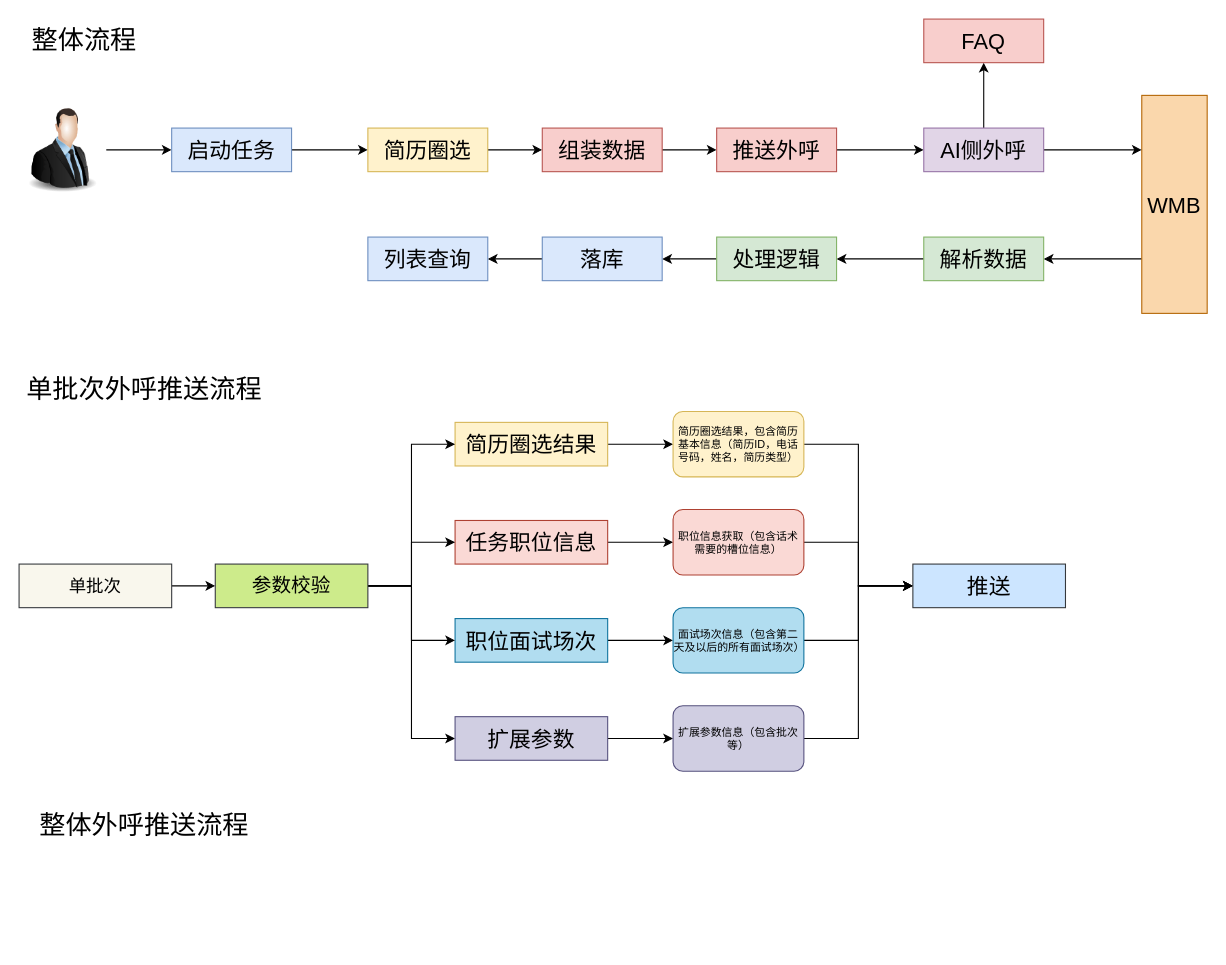
Earlier version of the draw.io diagram AI智能外呼.drawio (LuOyEbY/draw-b). Source tidied: cells renumbered, new cells numbered last; positions are measured from the earlier drawing's top-left corner, leaving out a move shared by most shapes. Both pictures are drawn from the tidied source at 109%, with x=0, y=0 at pixel (19, 19).
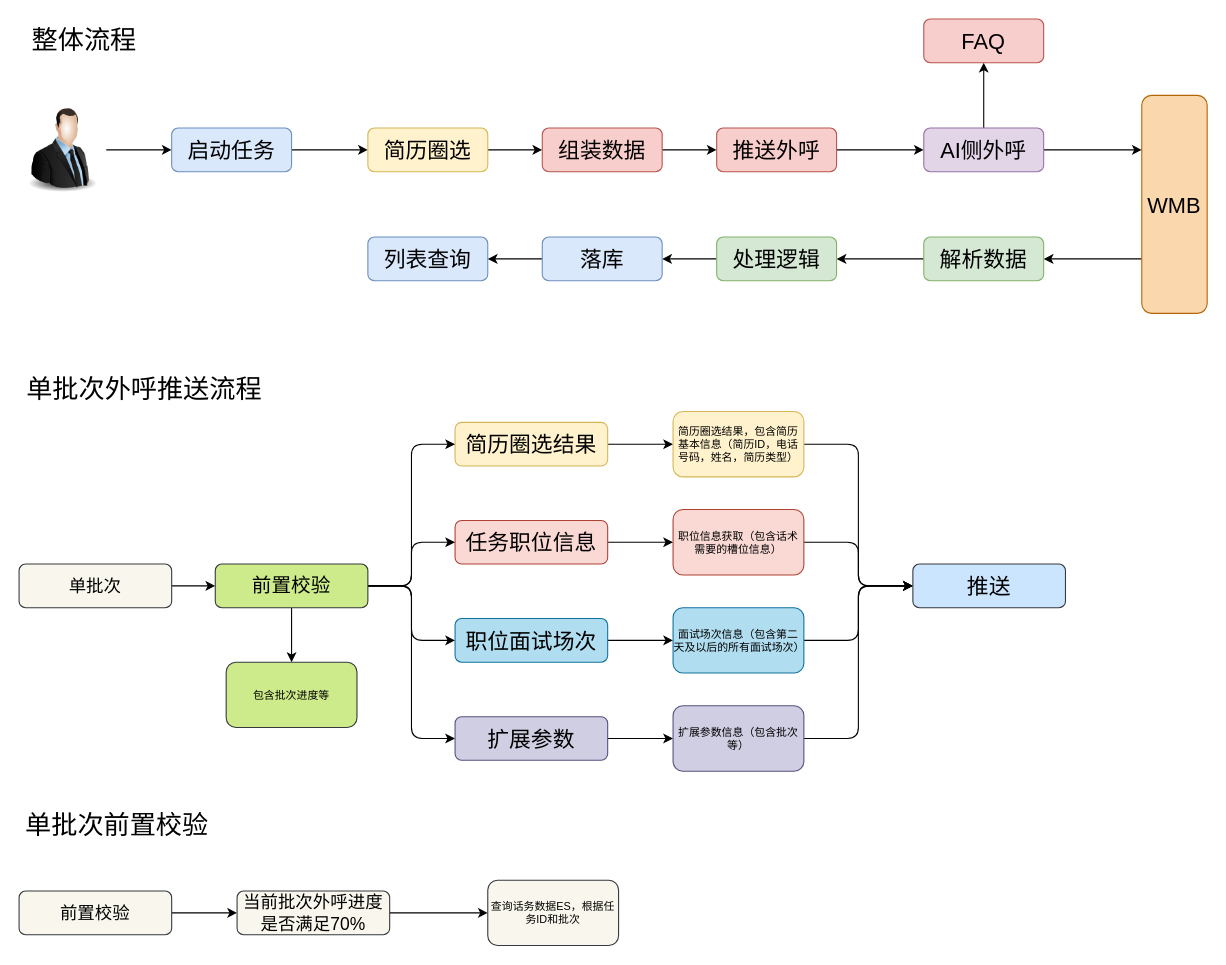
After the change.

Commit message (it also covers changes not shown here):
更新AI智能外呼.drawio

The change refers to these unchanged cells:
```xml
<mxCell id="34" value="简历圈选结果，包含简历基本信息（简历ID，电话号码，姓名，简历类型）" style="rounded=1;whiteSpace=wrap;html=1;fontSize=10;fillColor=#fff2cc;strokeColor=#d6b656;labelBackgroundColor=none;" parent="1" vertex="1">
  <mxGeometry x="600" y="360" width="120" height="60" as="geometry" />
</mxCell>
<mxCell id="36" value="职位信息获取（包含话术需要的槽位信息）" style="rounded=1;whiteSpace=wrap;html=1;fontSize=10;fillColor=#fad9d5;strokeColor=#ae4132;labelBackgroundColor=none;" parent="1" vertex="1">
  <mxGeometry x="600" y="450" width="120" height="60" as="geometry" />
</mxCell>
<mxCell id="38" value="面试场次信息（包含第二天及以后的所有面试场次）" style="rounded=1;whiteSpace=wrap;html=1;fontSize=10;fillColor=#b1ddf0;strokeColor=#10739e;labelBackgroundColor=none;" parent="1" vertex="1">
  <mxGeometry x="600" y="540" width="120" height="60" as="geometry" />
</mxCell>
<mxCell id="48" value="扩展参数信息（包含批次等）" style="rounded=1;whiteSpace=wrap;html=1;fontSize=10;fillColor=#d0cee2;strokeColor=#56517e;labelBackgroundColor=none;" parent="1" vertex="1">
  <mxGeometry x="600" y="630" width="120" height="60" as="geometry" />
</mxCell>
```

Diff of the diagram source:
```diff
@@
-    <mxCell id="2" style="edgeStyle=orthogonalEdgeStyle;rounded=0;jettySize=auto;html=1;" parent="1" edge="1" source="3" target="6">
+    <mxCell id="2" style="edgeStyle=orthogonalEdgeStyle;rounded=1;jettySize=auto;html=1;" parent="1" edge="1" source="3" target="6">
       <mxGeometry relative="1" as="geometry" />
     </mxCell>
-    <mxCell id="3" style="image;html=1;image=img/lib/clip_art/people/Suit_Man_128x128.png;" parent="1" vertex="1">
+    <mxCell id="3" style="image;html=1;image=img/lib/clip_art/people/Suit_Man_128x128.png;rounded=1;" parent="1" vertex="1">
       <mxGeometry y="80" width="80" height="80" as="geometry" />
     </mxCell>
-    <mxCell id="4" value="整体流程" style="text;html=1;strokeColor=none;fillColor=none;align=center;verticalAlign=middle;whiteSpace=wrap;rounded=0;fontSize=24;" parent="1" vertex="1">
+    <mxCell id="4" value="整体流程" style="text;html=1;strokeColor=none;fillColor=none;align=center;verticalAlign=middle;whiteSpace=wrap;rounded=1;fontSize=24;" parent="1" vertex="1">
       <mxGeometry width="120" height="40" as="geometry" />
     </mxCell>
-    <mxCell id="5" style="edgeStyle=orthogonalEdgeStyle;rounded=0;jettySize=auto;html=1;" parent="1" edge="1" source="6" target="8">
+    <mxCell id="5" style="edgeStyle=orthogonalEdgeStyle;rounded=1;jettySize=auto;html=1;" parent="1" edge="1" source="6" target="8">
       <mxGeometry relative="1" as="geometry" />
     </mxCell>
-    <mxCell id="6" value="启动任务" style="whiteSpace=wrap;html=1;verticalAlign=middle;labelBackgroundColor=none;fontSize=20;fillColor=#dae8fc;strokeColor=#6c8ebf;" parent="1" vertex="1">
+    <mxCell id="6" value="启动任务" style="whiteSpace=wrap;html=1;verticalAlign=middle;labelBackgroundColor=none;fontSize=20;fillColor=#dae8fc;strokeColor=#6c8ebf;rounded=1;" parent="1" vertex="1">
       <mxGeometry x="140" y="100" width="110" height="40" as="geometry" />
     </mxCell>
-    <mxCell id="7" style="edgeStyle=orthogonalEdgeStyle;rounded=0;jettySize=auto;html=1;" parent="1" edge="1" source="8" target="10">
+    <mxCell id="7" style="edgeStyle=orthogonalEdgeStyle;rounded=1;jettySize=auto;html=1;" parent="1" edge="1" source="8" target="10">
       <mxGeometry relative="1" as="geometry" />
     </mxCell>
-    <mxCell id="8" value="简历圈选" style="whiteSpace=wrap;html=1;verticalAlign=middle;labelBackgroundColor=none;fontSize=20;fillColor=#fff2cc;strokeColor=#d6b656;" parent="1" vertex="1">
+    <mxCell id="8" value="简历圈选" style="whiteSpace=wrap;html=1;verticalAlign=middle;labelBackgroundColor=none;fontSize=20;fillColor=#fff2cc;strokeColor=#d6b656;rounded=1;" parent="1" vertex="1">
       <mxGeometry x="320" y="100" width="110" height="40" as="geometry" />
     </mxCell>
-    <mxCell id="9" style="edgeStyle=orthogonalEdgeStyle;rounded=0;jettySize=auto;html=1;" parent="1" edge="1" source="10" target="12">
+    <mxCell id="9" style="edgeStyle=orthogonalEdgeStyle;rounded=1;jettySize=auto;html=1;" parent="1" edge="1" source="10" target="12">
       <mxGeometry relative="1" as="geometry" />
     </mxCell>
-    <mxCell id="10" value="组装数据" style="whiteSpace=wrap;html=1;verticalAlign=middle;labelBackgroundColor=none;fontSize=20;fillColor=#f8cecc;strokeColor=#b85450;" parent="1" vertex="1">
+    <mxCell id="10" value="组装数据" style="whiteSpace=wrap;html=1;verticalAlign=middle;labelBackgroundColor=none;fontSize=20;fillColor=#f8cecc;strokeColor=#b85450;rounded=1;" parent="1" vertex="1">
       <mxGeometry x="480" y="100" width="110" height="40" as="geometry" />
     </mxCell>
-    <mxCell id="11" style="edgeStyle=orthogonalEdgeStyle;rounded=0;jettySize=auto;html=1;" parent="1" edge="1" source="12" target="23">
+    <mxCell id="11" style="edgeStyle=orthogonalEdgeStyle;rounded=1;jettySize=auto;html=1;" parent="1" edge="1" source="12" target="23">
       <mxGeometry relative="1" as="geometry" />
     </mxCell>
-    <mxCell id="12" value="推送外呼" style="whiteSpace=wrap;html=1;verticalAlign=middle;labelBackgroundColor=none;fontSize=20;fillColor=#f8cecc;strokeColor=#b85450;" parent="1" vertex="1">
+    <mxCell id="12" value="推送外呼" style="whiteSpace=wrap;html=1;verticalAlign=middle;labelBackgroundColor=none;fontSize=20;fillColor=#f8cecc;strokeColor=#b85450;rounded=1;" parent="1" vertex="1">
       <mxGeometry x="640" y="100" width="110" height="40" as="geometry" />
     </mxCell>
-    <mxCell id="13" style="edgeStyle=orthogonalEdgeStyle;rounded=0;jettySize=auto;html=1;exitX=0;exitY=0.75;exitDx=0;exitDy=0;" parent="1" edge="1" source="14" target="16">
+    <mxCell id="13" style="edgeStyle=orthogonalEdgeStyle;rounded=1;jettySize=auto;html=1;exitX=0;exitY=0.75;exitDx=0;exitDy=0;" parent="1" edge="1" source="14" target="16">
       <mxGeometry relative="1" as="geometry" />
     </mxCell>
-    <mxCell id="14" value="WMB" style="whiteSpace=wrap;html=1;verticalAlign=middle;labelBackgroundColor=none;fontSize=20;fillColor=#fad7ac;strokeColor=#b46504;" parent="1" vertex="1">
+    <mxCell id="14" value="WMB" style="whiteSpace=wrap;html=1;verticalAlign=middle;labelBackgroundColor=none;fontSize=20;fillColor=#fad7ac;strokeColor=#b46504;rounded=1;" parent="1" vertex="1">
       <mxGeometry x="1030" y="70" width="60" height="200" as="geometry" />
     </mxCell>
-    <mxCell id="15" style="edgeStyle=orthogonalEdgeStyle;rounded=0;jettySize=auto;html=1;" parent="1" edge="1" source="16" target="18">
+    <mxCell id="15" style="edgeStyle=orthogonalEdgeStyle;rounded=1;jettySize=auto;html=1;" parent="1" edge="1" source="16" target="18">
       <mxGeometry relative="1" as="geometry" />
     </mxCell>
-    <mxCell id="16" value="解析数据" style="whiteSpace=wrap;html=1;verticalAlign=middle;labelBackgroundColor=none;fontSize=20;fillColor=#d5e8d4;strokeColor=#82b366;" parent="1" vertex="1">
+    <mxCell id="16" value="解析数据" style="whiteSpace=wrap;html=1;verticalAlign=middle;labelBackgroundColor=none;fontSize=20;fillColor=#d5e8d4;strokeColor=#82b366;rounded=1;" parent="1" vertex="1">
       <mxGeometry x="830" y="200" width="110" height="40" as="geometry" />
     </mxCell>
-    <mxCell id="17" style="edgeStyle=orthogonalEdgeStyle;rounded=0;jettySize=auto;html=1;" parent="1" edge="1" source="18" target="20">
+    <mxCell id="17" style="edgeStyle=orthogonalEdgeStyle;rounded=1;jettySize=auto;html=1;" parent="1" edge="1" source="18" target="20">
       <mxGeometry relative="1" as="geometry" />
     </mxCell>
-    <mxCell id="18" value="处理逻辑" style="whiteSpace=wrap;html=1;verticalAlign=middle;labelBackgroundColor=none;fontSize=20;fillColor=#d5e8d4;strokeColor=#82b366;" parent="1" vertex="1">
+    <mxCell id="18" value="处理逻辑" style="whiteSpace=wrap;html=1;verticalAlign=middle;labelBackgroundColor=none;fontSize=20;fillColor=#d5e8d4;strokeColor=#82b366;rounded=1;" parent="1" vertex="1">
       <mxGeometry x="640" y="200" width="110" height="40" as="geometry" />
     </mxCell>
-    <mxCell id="19" style="edgeStyle=orthogonalEdgeStyle;rounded=0;jettySize=auto;html=1;" parent="1" edge="1" source="20" target="25">
+    <mxCell id="19" style="edgeStyle=orthogonalEdgeStyle;rounded=1;jettySize=auto;html=1;" parent="1" edge="1" source="20" target="25">
       <mxGeometry relative="1" as="geometry" />
     </mxCell>
-    <mxCell id="20" value="落库" style="whiteSpace=wrap;html=1;verticalAlign=middle;labelBackgroundColor=none;fontSize=20;fillColor=#dae8fc;strokeColor=#6c8ebf;" parent="1" vertex="1">
+    <mxCell id="20" value="落库" style="whiteSpace=wrap;html=1;verticalAlign=middle;labelBackgroundColor=none;fontSize=20;fillColor=#dae8fc;strokeColor=#6c8ebf;rounded=1;" parent="1" vertex="1">
       <mxGeometry x="480" y="200" width="110" height="40" as="geometry" />
     </mxCell>
-    <mxCell id="21" style="edgeStyle=orthogonalEdgeStyle;rounded=0;jettySize=auto;html=1;entryX=0;entryY=0.25;entryDx=0;entryDy=0;" parent="1" edge="1" source="23" target="14">
+    <mxCell id="21" style="edgeStyle=orthogonalEdgeStyle;rounded=1;jettySize=auto;html=1;entryX=0;entryY=0.25;entryDx=0;entryDy=0;" parent="1" edge="1" source="23" target="14">
       <mxGeometry relative="1" as="geometry" />
     </mxCell>
-    <mxCell id="22" style="edgeStyle=orthogonalEdgeStyle;rounded=0;jettySize=auto;html=1;" parent="1" edge="1" source="23" target="24">
+    <mxCell id="22" style="edgeStyle=orthogonalEdgeStyle;rounded=1;jettySize=auto;html=1;" parent="1" edge="1" source="23" target="24">
       <mxGeometry relative="1" as="geometry" />
     </mxCell>
-    <mxCell id="23" value="AI侧外呼" style="whiteSpace=wrap;html=1;verticalAlign=middle;labelBackgroundColor=none;fontSize=20;fillColor=#e1d5e7;strokeColor=#9673a6;" parent="1" vertex="1">
+    <mxCell id="23" value="AI侧外呼" style="whiteSpace=wrap;html=1;verticalAlign=middle;labelBackgroundColor=none;fontSize=20;fillColor=#e1d5e7;strokeColor=#9673a6;rounded=1;" parent="1" vertex="1">
       <mxGeometry x="830" y="100" width="110" height="40" as="geometry" />
     </mxCell>
-    <mxCell id="24" value="FAQ" style="whiteSpace=wrap;html=1;verticalAlign=middle;labelBackgroundColor=none;fontSize=20;fillColor=#f8cecc;strokeColor=#b85450;" parent="1" vertex="1">
+    <mxCell id="24" value="FAQ" style="whiteSpace=wrap;html=1;verticalAlign=middle;labelBackgroundColor=none;fontSize=20;fillColor=#f8cecc;strokeColor=#b85450;rounded=1;" parent="1" vertex="1">
       <mxGeometry x="830" width="110" height="40" as="geometry" />
     </mxCell>
-    <mxCell id="25" value="列表查询" style="whiteSpace=wrap;html=1;verticalAlign=middle;labelBackgroundColor=none;fontSize=20;fillColor=#dae8fc;strokeColor=#6c8ebf;" parent="1" vertex="1">
+    <mxCell id="25" value="列表查询" style="whiteSpace=wrap;html=1;verticalAlign=middle;labelBackgroundColor=none;fontSize=20;fillColor=#dae8fc;strokeColor=#6c8ebf;rounded=1;" parent="1" vertex="1">
       <mxGeometry x="320" y="200" width="110" height="40" as="geometry" />
     </mxCell>
-    <mxCell id="26" value="单批次外呼推送流程" style="text;html=1;strokeColor=none;fillColor=none;align=center;verticalAlign=middle;whiteSpace=wrap;rounded=0;fontSize=24;" parent="1" vertex="1">
+    <mxCell id="26" value="单批次外呼推送流程" style="text;html=1;strokeColor=none;fillColor=none;align=center;verticalAlign=middle;whiteSpace=wrap;rounded=1;fontSize=24;" parent="1" vertex="1">
       <mxGeometry y="320" width="230" height="40" as="geometry" />
     </mxCell>
-    <mxCell id="27" style="edgeStyle=orthogonalEdgeStyle;rounded=0;jettySize=auto;html=1;" parent="1" edge="1" source="28" target="34">
+    <mxCell id="27" style="edgeStyle=orthogonalEdgeStyle;rounded=1;jettySize=auto;html=1;" parent="1" edge="1" source="28" target="34">
       <mxGeometry relative="1" as="geometry" />
     </mxCell>
-    <mxCell id="28" value="简历圈选结果" style="whiteSpace=wrap;html=1;verticalAlign=middle;labelBackgroundColor=none;fontSize=20;fillColor=#fff2cc;strokeColor=#d6b656;" parent="1" vertex="1">
+    <mxCell id="28" value="简历圈选结果" style="whiteSpace=wrap;html=1;verticalAlign=middle;labelBackgroundColor=none;fontSize=20;fillColor=#fff2cc;strokeColor=#d6b656;rounded=1;" parent="1" vertex="1">
       <mxGeometry x="400" y="370" width="140" height="40" as="geometry" />
     </mxCell>
-    <mxCell id="29" style="edgeStyle=orthogonalEdgeStyle;rounded=0;jettySize=auto;html=1;" parent="1" edge="1" source="30" target="36">
+    <mxCell id="29" style="edgeStyle=orthogonalEdgeStyle;rounded=1;jettySize=auto;html=1;" parent="1" edge="1" source="30" target="36">
       <mxGeometry relative="1" as="geometry" />
     </mxCell>
-    <mxCell id="30" value="任务职位信息" style="whiteSpace=wrap;html=1;verticalAlign=middle;labelBackgroundColor=none;fontSize=20;fillColor=#fad9d5;strokeColor=#ae4132;" parent="1" vertex="1">
+    <mxCell id="30" value="任务职位信息" style="whiteSpace=wrap;html=1;verticalAlign=middle;labelBackgroundColor=none;fontSize=20;fillColor=#fad9d5;strokeColor=#ae4132;rounded=1;" parent="1" vertex="1">
       <mxGeometry x="400" y="460" width="140" height="40" as="geometry" />
     </mxCell>
-    <mxCell id="31" style="edgeStyle=orthogonalEdgeStyle;rounded=0;jettySize=auto;html=1;" parent="1" edge="1" source="32" target="38">
+    <mxCell id="31" style="edgeStyle=orthogonalEdgeStyle;rounded=1;jettySize=auto;html=1;" parent="1" edge="1" source="32" target="38">
       <mxGeometry relative="1" as="geometry" />
     </mxCell>
-    <mxCell id="32" value="职位面试场次" style="whiteSpace=wrap;html=1;verticalAlign=middle;labelBackgroundColor=none;fontSize=20;fillColor=#b1ddf0;strokeColor=#10739e;" parent="1" vertex="1">
+    <mxCell id="32" value="职位面试场次" style="whiteSpace=wrap;html=1;verticalAlign=middle;labelBackgroundColor=none;fontSize=20;fillColor=#b1ddf0;strokeColor=#10739e;rounded=1;" parent="1" vertex="1">
       <mxGeometry x="400" y="550" width="140" height="40" as="geometry" />
     </mxCell>
-    <mxCell id="33" style="edgeStyle=orthogonalEdgeStyle;rounded=0;jettySize=auto;html=1;entryX=0;entryY=0.5;entryDx=0;entryDy=0;" parent="1" edge="1" source="34" target="44">
+    <mxCell id="33" style="edgeStyle=orthogonalEdgeStyle;rounded=1;jettySize=auto;html=1;entryX=0;entryY=0.5;entryDx=0;entryDy=0;" parent="1" edge="1" source="34" target="44">
       <mxGeometry relative="1" as="geometry" />
     </mxCell>
@@
-    <mxCell id="35" style="edgeStyle=orthogonalEdgeStyle;rounded=0;jettySize=auto;html=1;entryX=0;entryY=0.5;entryDx=0;entryDy=0;" parent="1" edge="1" source="36" target="44">
+    <mxCell id="35" style="edgeStyle=orthogonalEdgeStyle;rounded=1;jettySize=auto;html=1;entryX=0;entryY=0.5;entryDx=0;entryDy=0;" parent="1" edge="1" source="36" target="44">
       <mxGeometry relative="1" as="geometry" />
     </mxCell>
@@
-    <mxCell id="37" style="edgeStyle=orthogonalEdgeStyle;rounded=0;jettySize=auto;html=1;entryX=0;entryY=0.5;entryDx=0;entryDy=0;" parent="1" edge="1" source="38" target="44">
+    <mxCell id="37" style="edgeStyle=orthogonalEdgeStyle;rounded=1;jettySize=auto;html=1;entryX=0;entryY=0.5;entryDx=0;entryDy=0;" parent="1" edge="1" source="38" target="44">
       <mxGeometry relative="1" as="geometry" />
     </mxCell>
@@
-    <mxCell id="39" style="edgeStyle=orthogonalEdgeStyle;rounded=0;jettySize=auto;html=1;entryX=0;entryY=0.5;entryDx=0;entryDy=0;" parent="1" edge="1" source="43" target="28">
+    <mxCell id="39" style="edgeStyle=orthogonalEdgeStyle;rounded=1;jettySize=auto;html=1;entryX=0;entryY=0.5;entryDx=0;entryDy=0;" parent="1" edge="1" source="43" target="28">
       <mxGeometry relative="1" as="geometry" />
     </mxCell>
-    <mxCell id="40" style="edgeStyle=orthogonalEdgeStyle;rounded=0;jettySize=auto;html=1;entryX=0;entryY=0.5;entryDx=0;entryDy=0;" parent="1" edge="1" source="43" target="32">
+    <mxCell id="40" style="edgeStyle=orthogonalEdgeStyle;rounded=1;jettySize=auto;html=1;entryX=0;entryY=0.5;entryDx=0;entryDy=0;" parent="1" edge="1" source="43" target="32">
       <mxGeometry relative="1" as="geometry" />
     </mxCell>
-    <mxCell id="41" style="edgeStyle=orthogonalEdgeStyle;rounded=0;jettySize=auto;html=1;entryX=0;entryY=0.5;entryDx=0;entryDy=0;" parent="1" edge="1" source="43" target="46">
+    <mxCell id="41" style="edgeStyle=orthogonalEdgeStyle;rounded=1;jettySize=auto;html=1;entryX=0;entryY=0.5;entryDx=0;entryDy=0;" parent="1" edge="1" source="43" target="46">
       <mxGeometry relative="1" as="geometry" />
     </mxCell>
-    <mxCell id="42" style="edgeStyle=orthogonalEdgeStyle;rounded=0;jettySize=auto;html=1;" parent="1" edge="1" source="43" target="30">
+    <mxCell id="42" style="edgeStyle=orthogonalEdgeStyle;rounded=1;jettySize=auto;html=1;" parent="1" edge="1" source="43" target="30">
       <mxGeometry relative="1" as="geometry" />
     </mxCell>
+    <mxCell id="52" style="edgeStyle=orthogonalEdgeStyle;rounded=1;jettySize=auto;html=1;" parent="1" edge="1" source="43" target="53">
+      <mxGeometry relative="1" as="geometry" />
+    </mxCell>
-    <mxCell id="43" value="参数校验" style="whiteSpace=wrap;html=1;verticalAlign=middle;labelBackgroundColor=none;fontSize=18;fillColor=#cdeb8b;strokeColor=#36393d;" parent="1" vertex="1">
+    <mxCell id="43" value="前置校验" style="whiteSpace=wrap;html=1;verticalAlign=middle;labelBackgroundColor=none;fontSize=18;fillColor=#cdeb8b;strokeColor=#36393d;rounded=1;" parent="1" vertex="1">
       <mxGeometry x="180" y="500" width="140" height="40" as="geometry" />
     </mxCell>
-    <mxCell id="44" value="推送" style="whiteSpace=wrap;html=1;verticalAlign=middle;labelBackgroundColor=none;fontSize=20;fillColor=#cce5ff;strokeColor=#36393d;" parent="1" vertex="1">
+    <mxCell id="44" value="推送" style="whiteSpace=wrap;html=1;verticalAlign=middle;labelBackgroundColor=none;fontSize=20;fillColor=#cce5ff;strokeColor=#36393d;rounded=1;" parent="1" vertex="1">
       <mxGeometry x="820" y="500" width="140" height="40" as="geometry" />
     </mxCell>
-    <mxCell id="45" style="edgeStyle=orthogonalEdgeStyle;rounded=0;jettySize=auto;html=1;" parent="1" edge="1" source="46" target="48">
+    <mxCell id="45" style="edgeStyle=orthogonalEdgeStyle;rounded=1;jettySize=auto;html=1;" parent="1" edge="1" source="46" target="48">
       <mxGeometry relative="1" as="geometry" />
     </mxCell>
-    <mxCell id="46" value="扩展参数" style="whiteSpace=wrap;html=1;verticalAlign=middle;labelBackgroundColor=none;fontSize=20;fillColor=#d0cee2;strokeColor=#56517e;" parent="1" vertex="1">
+    <mxCell id="46" value="扩展参数" style="whiteSpace=wrap;html=1;verticalAlign=middle;labelBackgroundColor=none;fontSize=20;fillColor=#d0cee2;strokeColor=#56517e;rounded=1;" parent="1" vertex="1">
       <mxGeometry x="400" y="640" width="140" height="40" as="geometry" />
     </mxCell>
-    <mxCell id="47" style="edgeStyle=orthogonalEdgeStyle;rounded=0;jettySize=auto;html=1;entryX=0;entryY=0.5;entryDx=0;entryDy=0;" parent="1" edge="1" source="48" target="44">
+    <mxCell id="47" style="edgeStyle=orthogonalEdgeStyle;rounded=1;jettySize=auto;html=1;entryX=0;entryY=0.5;entryDx=0;entryDy=0;" parent="1" edge="1" source="48" target="44">
       <mxGeometry relative="1" as="geometry" />
     </mxCell>
@@
-    <mxCell id="49" style="edgeStyle=orthogonalEdgeStyle;rounded=0;jettySize=auto;html=1;entryX=0;entryY=0.5;entryDx=0;entryDy=0;" parent="1" edge="1" source="50" target="43">
+    <mxCell id="49" style="edgeStyle=orthogonalEdgeStyle;rounded=1;jettySize=auto;html=1;entryX=0;entryY=0.5;entryDx=0;entryDy=0;" parent="1" edge="1" source="50" target="43">
       <mxGeometry relative="1" as="geometry" />
     </mxCell>
-    <mxCell id="50" value="单批次" style="whiteSpace=wrap;html=1;verticalAlign=middle;labelBackgroundColor=none;fontSize=16;fillColor=#f9f7ed;strokeColor=#36393d;" parent="1" vertex="1">
+    <mxCell id="50" value="单批次" style="whiteSpace=wrap;html=1;verticalAlign=middle;labelBackgroundColor=none;fontSize=16;fillColor=#f9f7ed;strokeColor=#36393d;rounded=1;" parent="1" vertex="1">
       <mxGeometry y="500" width="140" height="40" as="geometry" />
     </mxCell>
-    <mxCell id="51" value="整体外呼推送流程" style="text;html=1;strokeColor=none;fillColor=none;align=center;verticalAlign=middle;whiteSpace=wrap;rounded=0;fontSize=24;" parent="1" vertex="1">
-      <mxGeometry y="720" width="230" height="40" as="geometry" />
+    <mxCell id="51" value="单批次前置校验" style="text;html=1;strokeColor=none;fillColor=none;align=center;verticalAlign=middle;whiteSpace=wrap;rounded=1;fontSize=24;" parent="1" vertex="1">
+      <mxGeometry y="720" width="180" height="40" as="geometry" />
     </mxCell>
+    <mxCell id="53" value="包含批次进度等" style="rounded=1;whiteSpace=wrap;html=1;fontSize=10;fillColor=#cdeb8b;strokeColor=#36393d;labelBackgroundColor=none;" parent="1" vertex="1">
+      <mxGeometry x="190" y="590" width="120" height="60" as="geometry" />
+    </mxCell>
+    <mxCell id="54" style="edgeStyle=orthogonalEdgeStyle;rounded=1;jettySize=auto;html=1;" parent="1" edge="1" source="55" target="57">
+      <mxGeometry relative="1" as="geometry" />
+    </mxCell>
+    <mxCell id="55" value="前置校验" style="whiteSpace=wrap;html=1;verticalAlign=middle;labelBackgroundColor=none;fontSize=16;fillColor=#f9f7ed;strokeColor=#36393d;rounded=1;" parent="1" vertex="1">
+      <mxGeometry y="800" width="140" height="40" as="geometry" />
+    </mxCell>
+    <mxCell id="56" style="edgeStyle=orthogonalEdgeStyle;rounded=1;hachureGap=4;jettySize=auto;html=1;fontFamily=Architects Daughter;fontSize=16;" parent="1" edge="1" source="57" target="58">
+      <mxGeometry relative="1" as="geometry" />
+    </mxCell>
+    <mxCell id="57" value="当前批次外呼进度是否满足70%" style="whiteSpace=wrap;html=1;verticalAlign=middle;labelBackgroundColor=none;fontSize=16;fillColor=#f9f7ed;strokeColor=#36393d;rounded=1;" parent="1" vertex="1">
+      <mxGeometry x="200" y="800" width="140" height="40" as="geometry" />
+    </mxCell>
+    <mxCell id="58" value="查询话务数据ES，根据任务ID和批次" style="whiteSpace=wrap;html=1;fontSize=10;fillColor=#f9f7ed;strokeColor=#36393d;labelBackgroundColor=none;rounded=1;hachureGap=4;fontFamily=Helvetica;" parent="1" vertex="1">
+      <mxGeometry x="430" y="790" width="120" height="60" as="geometry" />
+    </mxCell>
```
